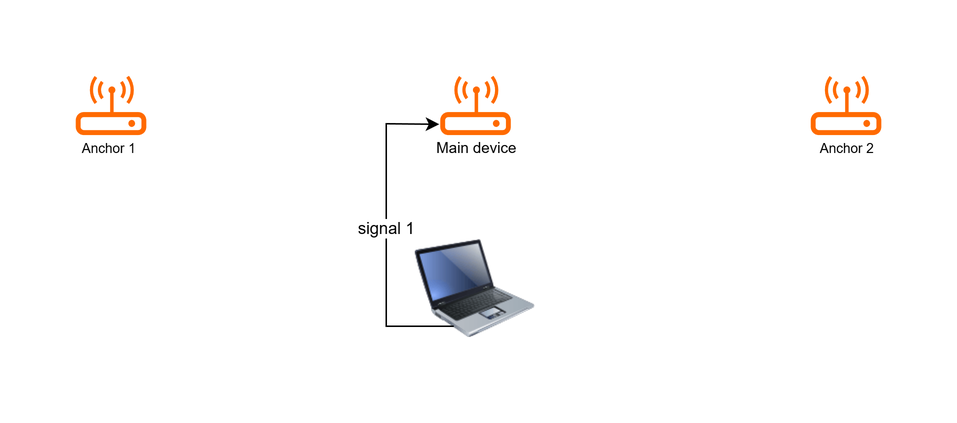
Earlier version of the draw.io export Lab6/presentation/before signal 1.png (nemnogobread/graduation-project). Source tidied: cells renumbered, new cells last; positions are measured from the earlier drawing's top-left corner, leaving out a move shared by most shapes.
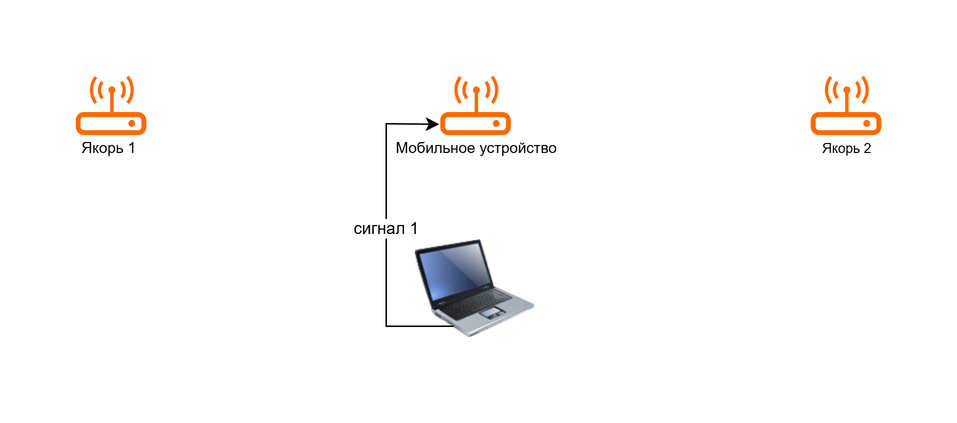
After the commit.

Change to the diagram source:
```diff
@@ -16,13 +16,13 @@
     <mxCell id="5" style="html=1;align=center;shadow=0;dashed=0;fillColor=#FF6A00;strokeColor=none;shape=mxgraph.alibaba_cloud.agw_aligateway;" parent="1" vertex="1">
       <mxGeometry x="490" width="47.1" height="39.6" as="geometry" />
     </mxCell>
-    <mxCell id="6" value="&lt;font style=&quot;font-size: 9px;&quot;&gt;Anchor 1&lt;/font&gt;" style="edgeLabel;html=1;align=center;verticalAlign=middle;" parent="1" vertex="1">
+    <mxCell id="6" value="&lt;font size=&quot;1&quot;&gt;Якорь 1&lt;/font&gt;" style="edgeLabel;html=1;align=center;verticalAlign=middle;" parent="1" vertex="1">
       <mxGeometry x="21.8" y="47" as="geometry" />
     </mxCell>
-    <mxCell id="7" value="&lt;font style=&quot;font-size: 9px;&quot;&gt;Anchor 2&lt;/font&gt;" style="edgeLabel;html=1;align=center;verticalAlign=middle;" parent="1" vertex="1">
+    <mxCell id="7" value="&lt;font style=&quot;font-size: 9px;&quot;&gt;Якорь 2&lt;/font&gt;" style="edgeLabel;html=1;align=center;verticalAlign=middle;" parent="1" vertex="1">
       <mxGeometry x="513.6" y="47" as="geometry" />
     </mxCell>
-    <mxCell id="8" value="&lt;font style=&quot;font-size: 10px;&quot;&gt;Main device&lt;/font&gt;" style="edgeLabel;html=1;align=center;verticalAlign=middle;" parent="1" vertex="1">
+    <mxCell id="8" value="&lt;font style=&quot;font-size: 10px;&quot;&gt;Мобильное устройство&lt;/font&gt;" style="edgeLabel;html=1;align=center;verticalAlign=middle;" parent="1" vertex="1">
       <mxGeometry x="266.6" y="47" as="geometry" />
     </mxCell>
     <mxCell id="9" style="endArrow=classic;html=1;rounded=0;entryX=-0.013;entryY=0.817;entryDx=0;entryDy=0;entryPerimeter=0;" parent="1" edge="1" target="3">
@@ -34,7 +34,7 @@
         </Array>
       </mxGeometry>
     </mxCell>
-    <mxCell id="10" value="signal 1" style="edgeLabel;html=1;align=center;verticalAlign=middle;" parent="9" vertex="1">
+    <mxCell id="10" value="сигнал 1" style="edgeLabel;html=1;align=center;verticalAlign=middle;" parent="9" vertex="1">
       <mxGeometry x="0.03" y="1" relative="1" as="geometry" />
     </mxCell>
   </root>
```
